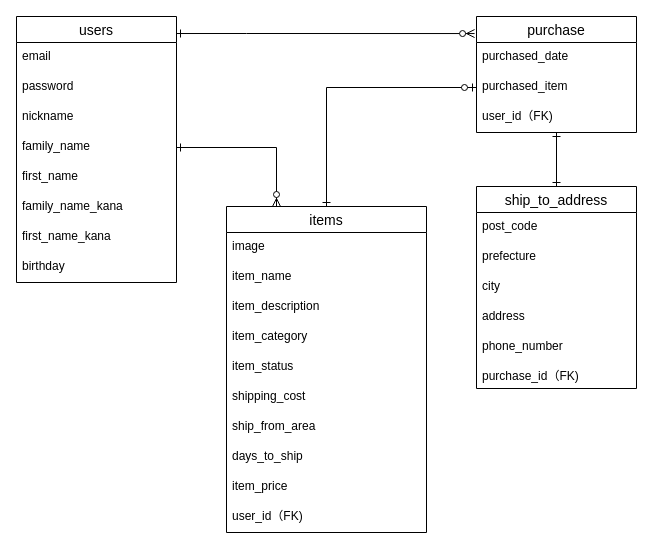
The draw.io diagram furima.dio in kysh555/furima-32107, before the edit. Source tidied: cells renumbered, new cells numbered last; positions are measured from the earlier drawing's top-left corner, leaving out a move shared by most shapes. Both pictures are drawn from the tidied source at 100%, with x=0, y=0 at pixel (16, 16).
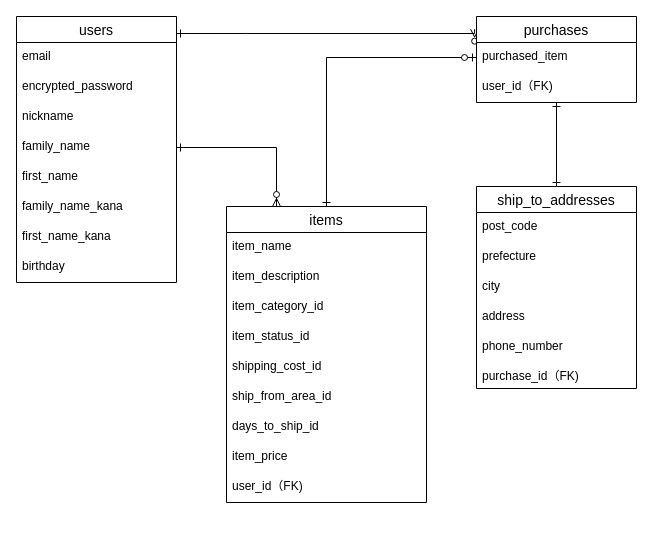
The same page after the edit.

The change refers to these unchanged cells:
```xml
<mxCell id="4" value="users" style="swimlane;fontStyle=0;horizontal=1;startSize=26;align=center;fontSize=14;" parent="1" vertex="1">
  <mxGeometry width="160" height="266" as="geometry" />
</mxCell>
```

What changed in the source:
```diff
@@
-    <mxCell id="6" value="password" style="text;strokeColor=none;fillColor=none;spacingLeft=4;spacingRight=4;overflow=hidden;fontSize=12;" parent="4" vertex="1">
+    <mxCell id="6" value="encrypted_password" style="text;strokeColor=none;fillColor=none;spacingLeft=4;spacingRight=4;overflow=hidden;fontSize=12;" parent="4" vertex="1">
       <mxGeometry y="56" width="160" height="30" as="geometry" />
     </mxCell>
@@
-    <mxCell id="13" value="purchase" style="swimlane;fontStyle=0;horizontal=1;startSize=26;align=center;fontSize=14;" parent="1" vertex="1">
-      <mxGeometry x="460" width="160" height="116" as="geometry" />
+    <mxCell id="13" value="purchases" style="swimlane;fontStyle=0;horizontal=1;startSize=26;align=center;fontSize=14;" parent="1" vertex="1">
+      <mxGeometry x="460" width="160" height="86" as="geometry" />
     </mxCell>
-    <mxCell id="14" value="purchased_date" style="text;strokeColor=none;fillColor=none;spacingLeft=4;spacingRight=4;overflow=hidden;fontSize=12;" parent="13" vertex="1">
-      <mxGeometry y="26" width="160" height="30" as="geometry" />
-    </mxCell>
     <mxCell id="15" value="purchased_item" style="text;strokeColor=none;fillColor=none;spacingLeft=4;spacingRight=4;overflow=hidden;points=[[0,0.5],[1,0.5]];portConstraint=eastwest;fontSize=12;" parent="13" vertex="1">
-      <mxGeometry y="56" width="160" height="30" as="geometry" />
+      <mxGeometry y="26" width="160" height="30" as="geometry" />
     </mxCell>
     <mxCell id="16" value="user_id（FK)" style="text;strokeColor=none;fillColor=none;spacingLeft=4;spacingRight=4;overflow=hidden;fontSize=12;" parent="13" vertex="1">
-      <mxGeometry y="86" width="160" height="30" as="geometry" />
+      <mxGeometry y="56" width="160" height="30" as="geometry" />
     </mxCell>
-    <mxCell id="17" value="ship_to_address" style="swimlane;fontStyle=0;horizontal=1;startSize=26;align=center;fontSize=14;" parent="1" vertex="1">
+    <mxCell id="17" value="ship_to_addresses" style="swimlane;fontStyle=0;horizontal=1;startSize=26;align=center;fontSize=14;" parent="1" vertex="1">
       <mxGeometry x="460" y="170" width="160" height="202" as="geometry" />
     </mxCell>
@@
     <mxCell id="25" value="items" style="swimlane;fontStyle=0;horizontal=1;startSize=26;align=center;fontSize=14;" parent="1" vertex="1">
-      <mxGeometry x="210" y="190" width="200" height="326" as="geometry" />
+      <mxGeometry x="210" y="190" width="200" height="296" as="geometry" />
     </mxCell>
-    <mxCell id="26" value="image" style="text;strokeColor=none;fillColor=none;spacingLeft=4;spacingRight=4;overflow=hidden;fontSize=12;" parent="25" vertex="1">
-      <mxGeometry y="26" width="200" height="30" as="geometry" />
-    </mxCell>
     <mxCell id="27" value="item_name" style="text;strokeColor=none;fillColor=none;spacingLeft=4;spacingRight=4;overflow=hidden;fontSize=12;" parent="25" vertex="1">
-      <mxGeometry y="56" width="200" height="30" as="geometry" />
+      <mxGeometry y="26" width="200" height="30" as="geometry" />
     </mxCell>
     <mxCell id="28" value="item_description" style="text;strokeColor=none;fillColor=none;spacingLeft=4;spacingRight=4;overflow=hidden;fontSize=12;" parent="25" vertex="1">
-      <mxGeometry y="86" width="200" height="30" as="geometry" />
+      <mxGeometry y="56" width="200" height="30" as="geometry" />
     </mxCell>
-    <mxCell id="29" value="item_category" style="text;strokeColor=none;fillColor=none;spacingLeft=4;spacingRight=4;overflow=hidden;fontSize=12;" parent="25" vertex="1">
-      <mxGeometry y="116" width="200" height="30" as="geometry" />
+    <mxCell id="29" value="item_category_id" style="text;strokeColor=none;fillColor=none;spacingLeft=4;spacingRight=4;overflow=hidden;fontSize=12;" parent="25" vertex="1">
+      <mxGeometry y="86" width="200" height="30" as="geometry" />
     </mxCell>
-    <mxCell id="30" value="item_status" style="text;strokeColor=none;fillColor=none;spacingLeft=4;spacingRight=4;overflow=hidden;fontSize=12;" parent="25" vertex="1">
-      <mxGeometry y="146" width="200" height="30" as="geometry" />
+    <mxCell id="30" value="item_status_id" style="text;strokeColor=none;fillColor=none;spacingLeft=4;spacingRight=4;overflow=hidden;fontSize=12;" parent="25" vertex="1">
+      <mxGeometry y="116" width="200" height="30" as="geometry" />
     </mxCell>
-    <mxCell id="31" value="shipping_cost" style="text;strokeColor=none;fillColor=none;spacingLeft=4;spacingRight=4;overflow=hidden;fontSize=12;" parent="25" vertex="1">
-      <mxGeometry y="176" width="200" height="30" as="geometry" />
+    <mxCell id="31" value="shipping_cost_id" style="text;strokeColor=none;fillColor=none;spacingLeft=4;spacingRight=4;overflow=hidden;fontSize=12;" parent="25" vertex="1">
+      <mxGeometry y="146" width="200" height="30" as="geometry" />
     </mxCell>
-    <mxCell id="32" value="ship_from_area" style="text;strokeColor=none;fillColor=none;spacingLeft=4;spacingRight=4;overflow=hidden;fontSize=12;" parent="25" vertex="1">
-      <mxGeometry y="206" width="200" height="30" as="geometry" />
+    <mxCell id="32" value="ship_from_area_id" style="text;strokeColor=none;fillColor=none;spacingLeft=4;spacingRight=4;overflow=hidden;fontSize=12;" parent="25" vertex="1">
+      <mxGeometry y="176" width="200" height="30" as="geometry" />
     </mxCell>
-    <mxCell id="33" value="days_to_ship" style="text;strokeColor=none;fillColor=none;spacingLeft=4;spacingRight=4;overflow=hidden;fontSize=12;" parent="25" vertex="1">
-      <mxGeometry y="236" width="200" height="30" as="geometry" />
+    <mxCell id="33" value="days_to_ship_id" style="text;strokeColor=none;fillColor=none;spacingLeft=4;spacingRight=4;overflow=hidden;fontSize=12;" parent="25" vertex="1">
+      <mxGeometry y="206" width="200" height="30" as="geometry" />
     </mxCell>
     <mxCell id="34" value="item_price" style="text;strokeColor=none;fillColor=none;spacingLeft=4;spacingRight=4;overflow=hidden;fontSize=12;" parent="25" vertex="1">
-      <mxGeometry y="266" width="200" height="30" as="geometry" />
+      <mxGeometry y="236" width="200" height="30" as="geometry" />
     </mxCell>
     <mxCell id="35" value="user_id（FK)" style="text;strokeColor=none;fillColor=none;spacingLeft=4;spacingRight=4;overflow=hidden;fontSize=12;" parent="25" vertex="1">
-      <mxGeometry y="296" width="200" height="30" as="geometry" />
+      <mxGeometry y="266" width="200" height="30" as="geometry" />
     </mxCell>
```
